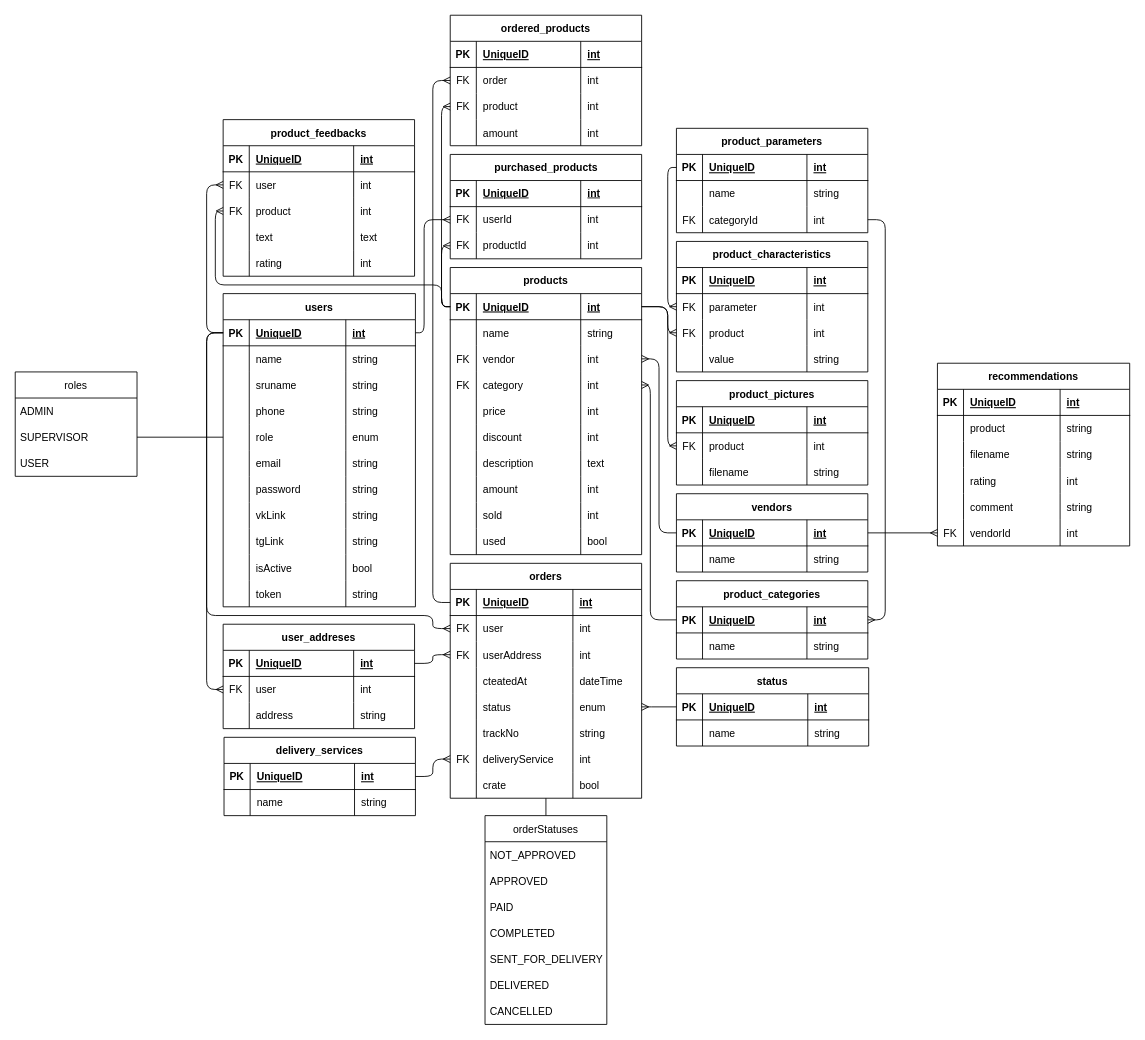
Above: page "Database" (1 of 2) of VoiakaGM.drawio in TMWAG/voiakagm-shop-nest-v2 (draw.io), before the change. Source tidied: cells renumbered, new cells numbered last; positions are measured from the earlier drawing's top-left corner, leaving out a move shared by most shapes. Both pictures are drawn from the tidied source at 87%, with x=0, y=0 at pixel (15, 15).
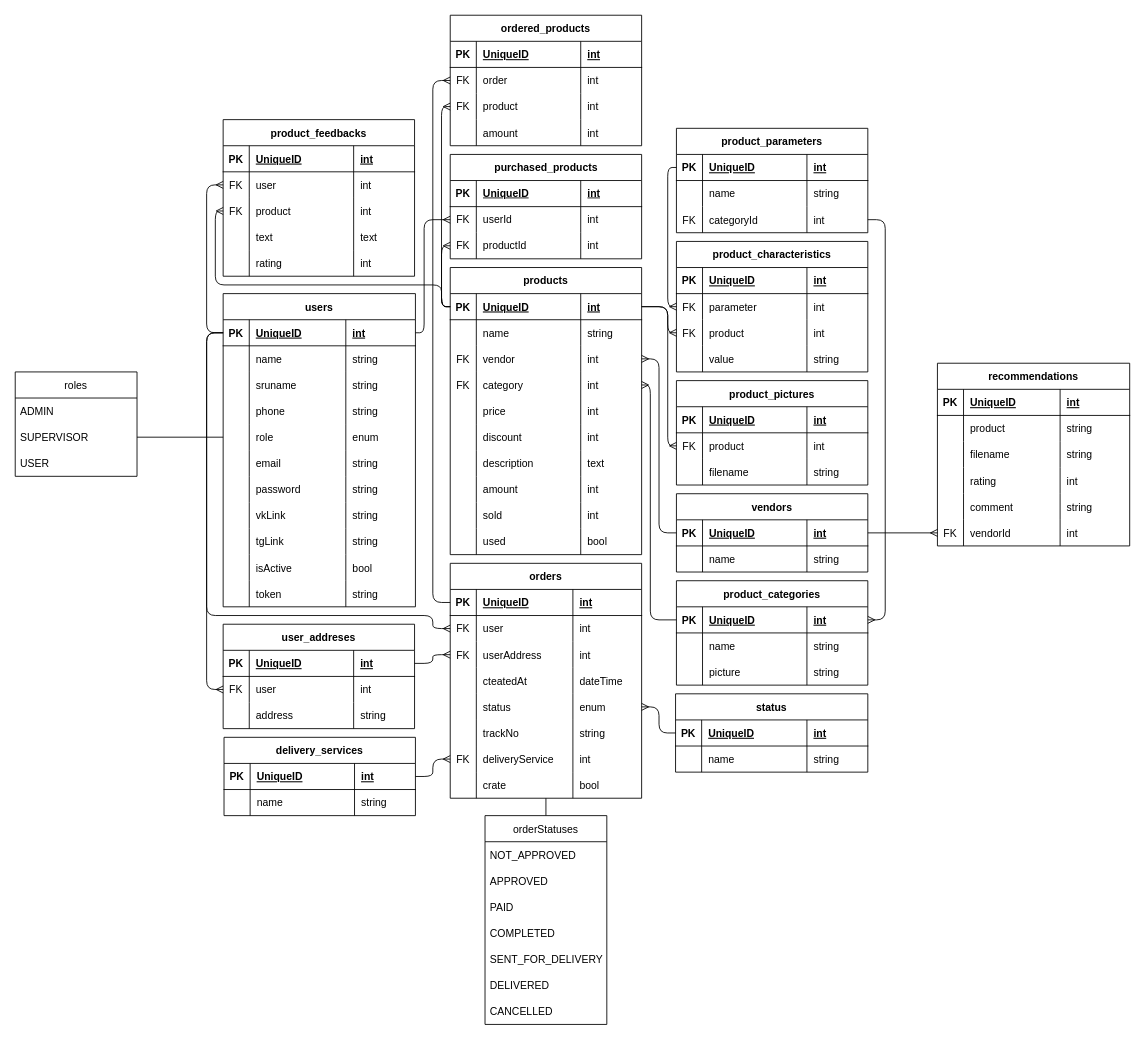
Above is the later version.

Commit message:
Добавлен поле picture сущности cetegory

Unchanged cells that the change refers to:
```xml
<mxCell id="138" style="shape=tableRow;horizontal=0;startSize=0;swimlaneHead=0;swimlaneBody=0;fillColor=none;points=[[0,0.5],[1,0.5]];portConstraint=eastwest;top=0;left=0;right=0;bottom=0;" parent="121" vertex="1">
  <mxGeometry y="150" width="220" height="30" as="geometry" />
</mxCell>
<mxCell id="156" style="shape=tableRow;horizontal=0;startSize=0;swimlaneHead=0;swimlaneBody=0;fillColor=none;points=[[0,0.5],[1,0.5]];portConstraint=eastwest;top=0;left=0;right=0;bottom=1;" parent="155" vertex="1">
  <mxGeometry y="30" width="221" height="30" as="geometry" />
</mxCell>
```

What changed in the source:
```diff
@@
     <mxCell id="97" value="product_categories" style="shape=table;startSize=30;childLayout=tableLayout;rowLines=0;fontStyle=1;align=center;" parent="1" vertex="1">
-      <mxGeometry x="760" y="650" width="220" height="90" as="geometry" />
+      <mxGeometry x="760" y="650" width="220" height="120" as="geometry" />
     </mxCell>
@@
+    <mxCell id="321" style="shape=tableRow;horizontal=0;startSize=0;swimlaneHead=0;swimlaneBody=0;fillColor=none;top=0;left=0;right=0;bottom=0;" parent="97" vertex="1">
+      <mxGeometry y="90" width="220" height="30" as="geometry" />
+    </mxCell>
+    <mxCell id="322" style="shape=partialRectangle;fillColor=none;top=0;left=0;bottom=0;right=0;overflow=hidden;" parent="321" vertex="1">
+      <mxGeometry width="30" height="30" as="geometry" />
+    </mxCell>
+    <mxCell id="323" value="picture" style="shape=partialRectangle;fillColor=none;top=0;left=0;bottom=0;right=0;align=left;spacingLeft=6;overflow=hidden;" parent="321" vertex="1">
+      <mxGeometry x="30" width="120" height="30" as="geometry" />
+    </mxCell>
+    <mxCell id="324" value="string" style="shape=partialRectangle;fillColor=none;top=0;left=0;bottom=0;right=0;align=left;spacingLeft=6;overflow=hidden;" parent="321" vertex="1">
+      <mxGeometry x="150" width="70" height="30" as="geometry" />
+    </mxCell>
@@
     <mxCell id="155" value="status" style="shape=table;startSize=30;childLayout=tableLayout;rowLines=0;fontStyle=1;align=center;" parent="1" vertex="1">
-      <mxGeometry x="760" y="750" width="221" height="90" as="geometry" />
+      <mxGeometry x="759" y="780" width="221" height="90" as="geometry" />
     </mxCell>
@@
     <mxCell id="229" style="edgeStyle=orthogonalEdgeStyle;rounded=1;jettySize=auto;html=1;exitX=0;exitY=0.5;exitDx=0;exitDy=0;entryX=1;entryY=0.5;entryDx=0;entryDy=0;endArrow=ERmany;endFill=0;" parent="1" edge="1" source="156" target="138">
       <mxGeometry relative="1" as="geometry">
         <Array as="points">
-          <mxPoint x="730" y="795" />
-          <mxPoint x="730" y="795" />
+          <mxPoint x="740" y="825" />
+          <mxPoint x="740" y="795" />
         </Array>
       </mxGeometry>
     </mxCell>
```
